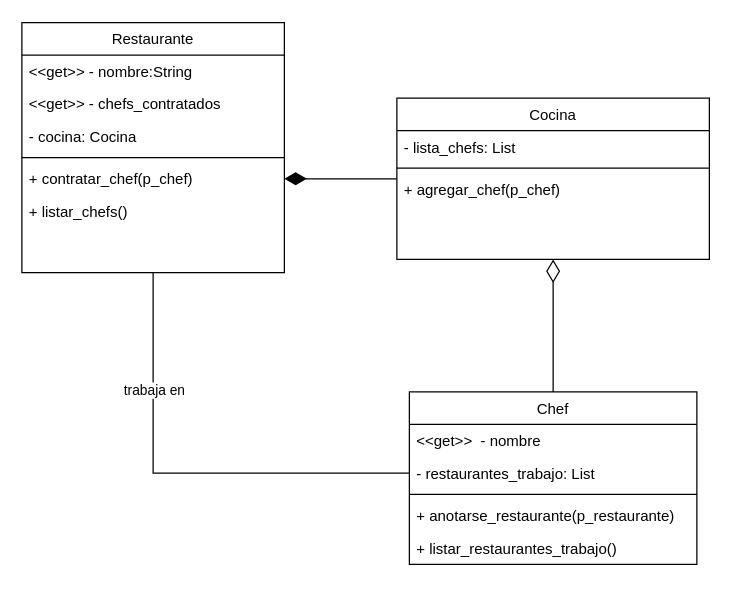
Earlier version of the draw.io diagram page "Page-3" (3 of 3) of ejemplo_restaurante/docs/diagramas.drawio (FIUNER-LICA/pa-codigos-trabajos-practicos). Source tidied: cells renumbered, new cells numbered last; positions are measured from the earlier drawing's top-left corner, leaving out a move shared by most shapes. Both pictures are drawn from the tidied source at 125%, with x=0, y=0 at pixel (21, 21).
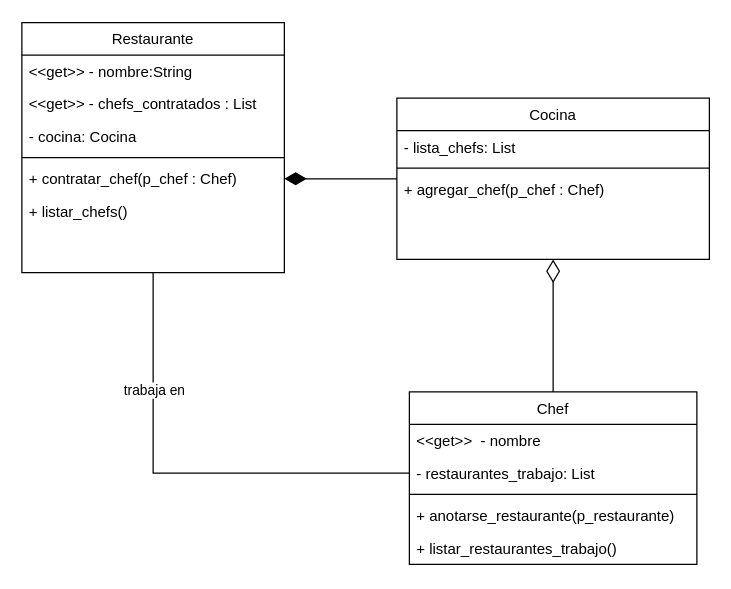
The same page after the edit.

The change refers to these unchanged cells:
```xml
<mxCell id="2" value="Restaurante" style="swimlane;fontStyle=0;align=center;verticalAlign=top;horizontal=1;startSize=26;rounded=0;shadow=0;strokeWidth=1;" parent="1" vertex="1">
  <mxGeometry y="0.5" width="210" height="200" as="geometry" />
</mxCell>
<mxCell id="17" value="Cocina" style="swimlane;fontStyle=0;align=center;verticalAlign=top;horizontal=1;startSize=26;rounded=0;shadow=0;strokeWidth=1;" parent="1" vertex="1">
  <mxGeometry x="300" y="61" width="250" height="129" as="geometry" />
</mxCell>
```

Diff of the diagram source:
```diff
@@
-    <mxCell id="4" value="&lt;&lt;get&gt;&gt; - chefs_contratados" style="text;align=left;verticalAlign=top;spacingLeft=4;spacingRight=4;overflow=hidden;" parent="2" vertex="1">
+    <mxCell id="4" value="&lt;&lt;get&gt;&gt; - chefs_contratados : List" style="text;align=left;verticalAlign=top;spacingLeft=4;spacingRight=4;overflow=hidden;" parent="2" vertex="1">
       <mxGeometry y="52" width="210" height="26" as="geometry" />
     </mxCell>
@@
-    <mxCell id="7" value="+ contratar_chef(p_chef)" style="text;align=left;verticalAlign=top;spacingLeft=4;spacingRight=4;overflow=hidden;points=[[0,0.5],[1,0.5]];portConstraint=eastwest;" parent="2" vertex="1">
+    <mxCell id="7" value="+ contratar_chef(p_chef : Chef)" style="text;align=left;verticalAlign=top;spacingLeft=4;spacingRight=4;overflow=hidden;points=[[0,0.5],[1,0.5]];portConstraint=eastwest;" parent="2" vertex="1">
       <mxGeometry y="112" width="210" height="26" as="geometry" />
     </mxCell>
@@
-    <mxCell id="20" value="+ agregar_chef(p_chef)" style="text;align=left;verticalAlign=top;spacingLeft=4;spacingRight=4;overflow=hidden;" parent="17" vertex="1">
+    <mxCell id="20" value="+ agregar_chef(p_chef : Chef)" style="text;align=left;verticalAlign=top;spacingLeft=4;spacingRight=4;overflow=hidden;" parent="17" vertex="1">
       <mxGeometry y="60" width="250" height="26" as="geometry" />
     </mxCell>
```
